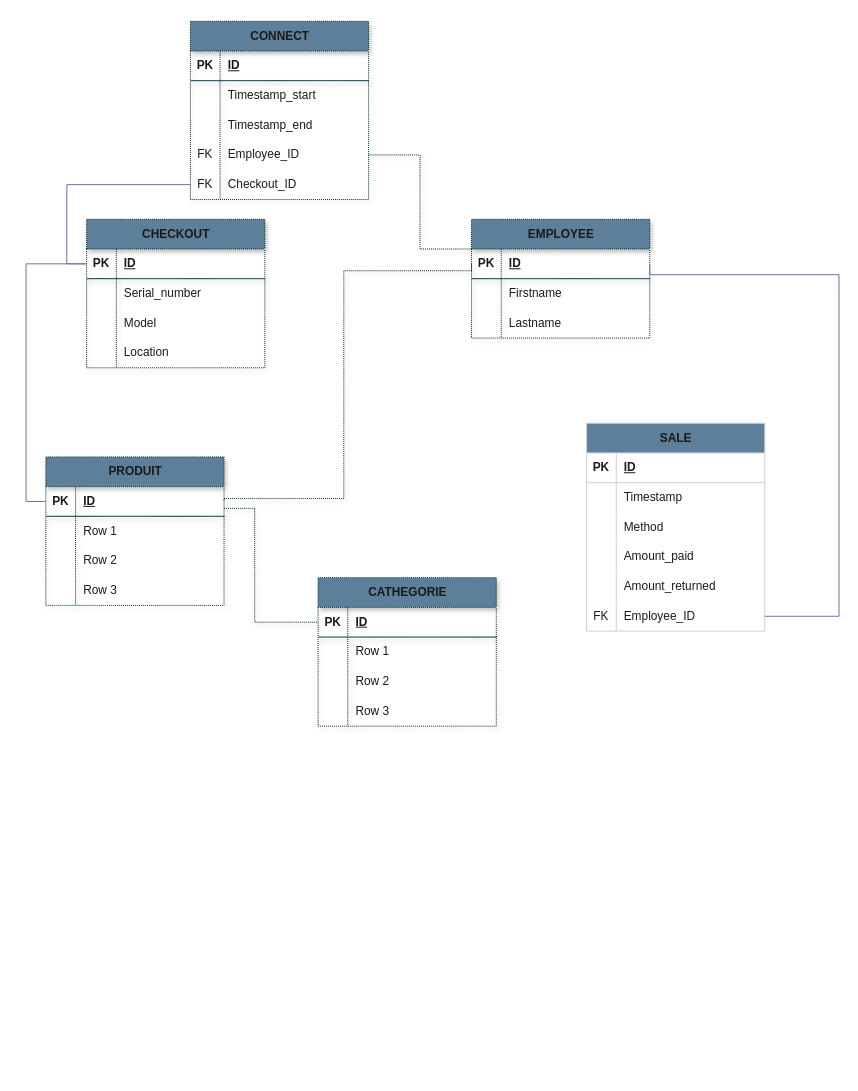
Before: page "Page-3" (3 of 3) of Diagramme sans nom 6.drawio in vsilvanska/examen-info-2023, a draw.io diagram. Source tidied: cells renumbered, new cells numbered last; positions are measured from the earlier drawing's top-left corner, leaving out a move shared by most shapes. Both pictures are drawn from the tidied source at 99%, with x=0, y=0 at pixel (46, 21).
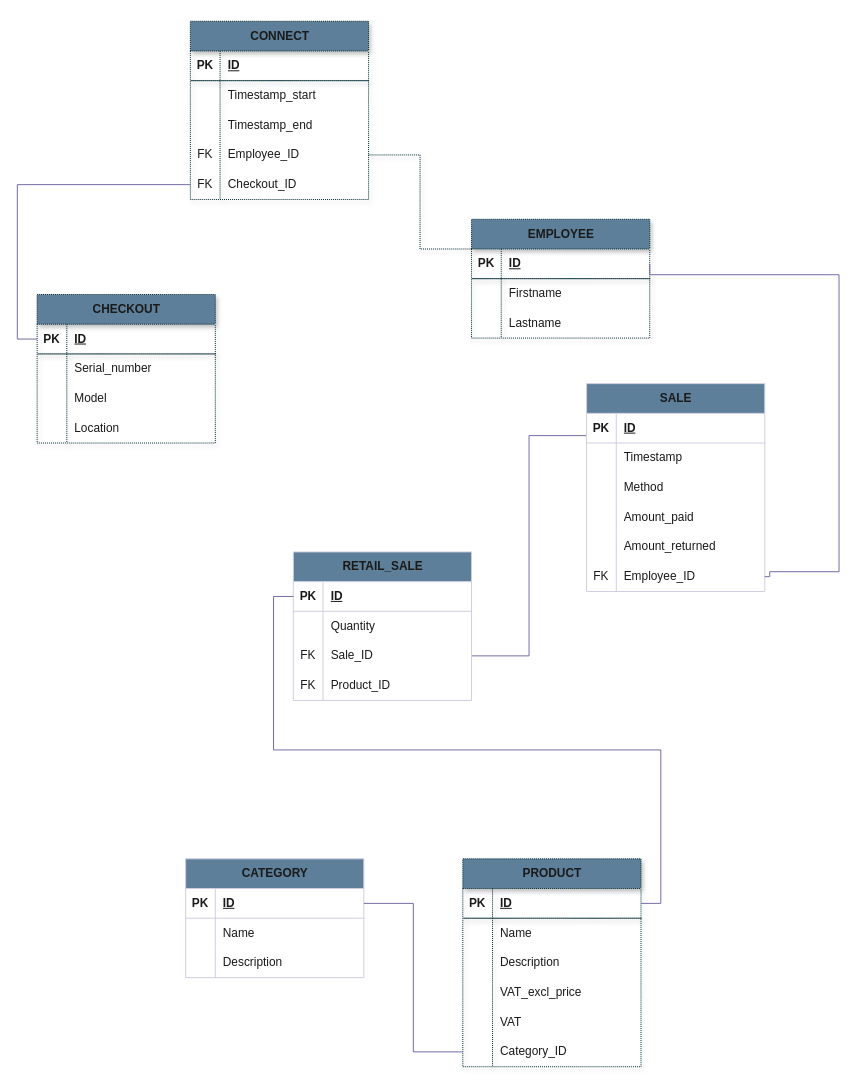
The same diagram, later.

Commit message (it also covers changes not shown here):
Mettre à jour Diagramme sans nom 6.drawio

The change refers to these unchanged cells:
```xml
<mxCell id="16" style="shape=tableRow;horizontal=0;startSize=0;swimlaneHead=0;swimlaneBody=0;fillColor=none;points=[[0,0.5],[1,0.5]];portConstraint=eastwest;top=0;left=0;right=0;bottom=1;strokeColor=#002b33;dashed=1;dashPattern=1 1;shadow=1;labelBackgroundColor=none;fontColor=#1A1A1A;" parent="15" vertex="1">
  <mxGeometry y="30" width="180" height="30" as="geometry" />
</mxCell>
<mxCell id="19" style="shape=tableRow;horizontal=0;startSize=0;swimlaneHead=0;swimlaneBody=0;fillColor=none;top=0;left=0;right=0;bottom=0;strokeColor=#002b33;dashed=1;dashPattern=1 1;shadow=1;labelBackgroundColor=none;fontColor=#1A1A1A;" parent="15" vertex="1">
  <mxGeometry y="60" width="180" height="30" as="geometry" />
</mxCell>
<mxCell id="22" style="shape=tableRow;horizontal=0;startSize=0;swimlaneHead=0;swimlaneBody=0;fillColor=none;top=0;left=0;right=0;bottom=0;strokeColor=#002b33;dashed=1;dashPattern=1 1;shadow=1;labelBackgroundColor=none;fontColor=#1A1A1A;" parent="15" vertex="1">
  <mxGeometry y="90" width="180" height="30" as="geometry" />
</mxCell>
<mxCell id="25" style="shape=tableRow;horizontal=0;startSize=0;swimlaneHead=0;swimlaneBody=0;fillColor=none;top=0;left=0;right=0;bottom=0;strokeColor=#002b33;dashed=1;dashPattern=1 1;shadow=1;labelBackgroundColor=none;fontColor=#1A1A1A;" parent="15" vertex="1">
  <mxGeometry y="120" width="180" height="30" as="geometry" />
</mxCell>
<mxCell id="29" style="shape=tableRow;horizontal=0;startSize=0;swimlaneHead=0;swimlaneBody=0;fillColor=none;points=[[0,0.5],[1,0.5]];portConstraint=eastwest;top=0;left=0;right=0;bottom=1;strokeColor=#002b33;dashed=1;dashPattern=1 1;shadow=1;labelBackgroundColor=none;fontColor=#1A1A1A;" parent="28" vertex="1">
  <mxGeometry y="30" width="180" height="30" as="geometry" />
</mxCell>
<mxCell id="39" style="shape=tableRow;horizontal=0;startSize=0;swimlaneHead=0;swimlaneBody=0;fillColor=none;points=[[0,0.5],[1,0.5]];portConstraint=eastwest;top=0;left=0;right=0;bottom=1;strokeColor=#002b33;dashed=1;dashPattern=1 1;shadow=1;labelBackgroundColor=none;fontColor=#1A1A1A;" parent="38" vertex="1">
  <mxGeometry y="30" width="180" height="30" as="geometry" />
</mxCell>
<mxCell id="88" style="shape=tableRow;horizontal=0;startSize=0;swimlaneHead=0;swimlaneBody=0;fillColor=none;points=[[0,0.5],[1,0.5]];portConstraint=eastwest;top=0;left=0;right=0;bottom=0;strokeColor=#D0CEE2;fontColor=#1A1A1A;" parent="72" vertex="1">
  <mxGeometry y="180" width="180" height="30" as="geometry" />
</mxCell>
```

What changed in the source:
```diff
@@
-    <mxCell id="2" value="CATHEGORIE" style="shape=table;startSize=30;childLayout=tableLayout;rowLines=0;fontStyle=1;align=center;html=1;strokeColor=#002b33;dashed=1;dashPattern=1 1;shadow=1;labelBackgroundColor=none;fillColor=#5D7F99;fontColor=#1A1A1A;" parent="1" vertex="1">
-      <mxGeometry x="274.8" y="562" width="180" height="150" as="geometry" />
-    </mxCell>
-    <mxCell id="3" style="shape=tableRow;horizontal=0;startSize=0;swimlaneHead=0;swimlaneBody=0;fillColor=none;points=[[0,0.5],[1,0.5]];portConstraint=eastwest;top=0;left=0;right=0;bottom=1;strokeColor=#002b33;dashed=1;dashPattern=1 1;shadow=1;labelBackgroundColor=none;fontColor=#1A1A1A;" parent="2" vertex="1">
-      <mxGeometry y="30" width="180" height="30" as="geometry" />
-    </mxCell>
-    <mxCell id="4" value="PK" style="shape=partialRectangle;fillColor=none;top=0;left=0;bottom=0;right=0;fontStyle=1;overflow=hidden;whiteSpace=wrap;html=1;strokeColor=#002b33;dashed=1;dashPattern=1 1;shadow=1;labelBackgroundColor=none;fontColor=#1A1A1A;" parent="3" vertex="1">
-      <mxGeometry width="30" height="30" as="geometry" />
-    </mxCell>
-    <mxCell id="5" value="ID" style="shape=partialRectangle;fillColor=none;top=0;left=0;bottom=0;right=0;align=left;spacingLeft=6;fontStyle=5;overflow=hidden;whiteSpace=wrap;html=1;strokeColor=#002b33;dashed=1;dashPattern=1 1;shadow=1;labelBackgroundColor=none;fontColor=#1A1A1A;" parent="3" vertex="1">
-      <mxGeometry x="30" width="150" height="30" as="geometry" />
-    </mxCell>
-    <mxCell id="6" style="shape=tableRow;horizontal=0;startSize=0;swimlaneHead=0;swimlaneBody=0;fillColor=none;top=0;left=0;right=0;bottom=0;strokeColor=#002b33;dashed=1;dashPattern=1 1;shadow=1;labelBackgroundColor=none;fontColor=#1A1A1A;" parent="2" vertex="1">
-      <mxGeometry y="60" width="180" height="30" as="geometry" />
-    </mxCell>
-    <mxCell id="7" style="shape=partialRectangle;fillColor=none;top=0;left=0;bottom=0;right=0;overflow=hidden;whiteSpace=wrap;html=1;strokeColor=#002b33;dashed=1;dashPattern=1 1;shadow=1;labelBackgroundColor=none;fontColor=#1A1A1A;" parent="6" vertex="1">
-      <mxGeometry width="30" height="30" as="geometry" />
-    </mxCell>
-    <mxCell id="8" value="Row 1" style="shape=partialRectangle;fillColor=none;top=0;left=0;bottom=0;right=0;align=left;spacingLeft=6;overflow=hidden;whiteSpace=wrap;html=1;strokeColor=#002b33;dashed=1;dashPattern=1 1;shadow=1;labelBackgroundColor=none;fontColor=#1A1A1A;" parent="6" vertex="1">
-      <mxGeometry x="30" width="150" height="30" as="geometry" />
-    </mxCell>
-    <mxCell id="9" style="shape=tableRow;horizontal=0;startSize=0;swimlaneHead=0;swimlaneBody=0;fillColor=none;top=0;left=0;right=0;bottom=0;strokeColor=#002b33;dashed=1;dashPattern=1 1;shadow=1;labelBackgroundColor=none;fontColor=#1A1A1A;" parent="2" vertex="1">
-      <mxGeometry y="90" width="180" height="30" as="geometry" />
-    </mxCell>
-    <mxCell id="10" style="shape=partialRectangle;fillColor=none;top=0;left=0;bottom=0;right=0;overflow=hidden;whiteSpace=wrap;html=1;strokeColor=#002b33;dashed=1;dashPattern=1 1;shadow=1;labelBackgroundColor=none;fontColor=#1A1A1A;" parent="9" vertex="1">
-      <mxGeometry width="30" height="30" as="geometry" />
-    </mxCell>
-    <mxCell id="11" value="Row 2" style="shape=partialRectangle;fillColor=none;top=0;left=0;bottom=0;right=0;align=left;spacingLeft=6;overflow=hidden;whiteSpace=wrap;html=1;strokeColor=#002b33;dashed=1;dashPattern=1 1;shadow=1;labelBackgroundColor=none;fontColor=#1A1A1A;" parent="9" vertex="1">
-      <mxGeometry x="30" width="150" height="30" as="geometry" />
-    </mxCell>
-    <mxCell id="12" style="shape=tableRow;horizontal=0;startSize=0;swimlaneHead=0;swimlaneBody=0;fillColor=none;top=0;left=0;right=0;bottom=0;strokeColor=#002b33;dashed=1;dashPattern=1 1;shadow=1;labelBackgroundColor=none;fontColor=#1A1A1A;" parent="2" vertex="1">
-      <mxGeometry y="120" width="180" height="30" as="geometry" />
-    </mxCell>
-    <mxCell id="13" style="shape=partialRectangle;fillColor=none;top=0;left=0;bottom=0;right=0;overflow=hidden;whiteSpace=wrap;html=1;strokeColor=#002b33;dashed=1;dashPattern=1 1;shadow=1;labelBackgroundColor=none;fontColor=#1A1A1A;" parent="12" vertex="1">
-      <mxGeometry width="30" height="30" as="geometry" />
-    </mxCell>
-    <mxCell id="14" value="Row 3" style="shape=partialRectangle;fillColor=none;top=0;left=0;bottom=0;right=0;align=left;spacingLeft=6;overflow=hidden;whiteSpace=wrap;html=1;strokeColor=#002b33;dashed=1;dashPattern=1 1;shadow=1;labelBackgroundColor=none;fontColor=#1A1A1A;" parent="12" vertex="1">
-      <mxGeometry x="30" width="150" height="30" as="geometry" />
-    </mxCell>
-    <mxCell id="15" value="PRODUIT" style="shape=table;startSize=30;childLayout=tableLayout;rowLines=0;fontStyle=1;align=center;html=1;strokeColor=#002b33;dashed=1;dashPattern=1 1;shadow=1;labelBackgroundColor=none;fillColor=#5D7F99;fontColor=#1A1A1A;" parent="1" vertex="1">
-      <mxGeometry x="-0.2" y="440" width="180" height="150" as="geometry" />
+    <mxCell id="15" value="PRODUCT" style="shape=table;startSize=30;childLayout=tableLayout;rowLines=0;fontStyle=1;align=center;html=1;strokeColor=#002b33;dashed=1;dashPattern=1 1;shadow=1;labelBackgroundColor=none;fillColor=#5D7F99;fontColor=#1A1A1A;" parent="1" vertex="1">
+      <mxGeometry x="421" y="846" width="180" height="210" as="geometry" />
     </mxCell>
@@
-    <mxCell id="21" value="Row 1" style="shape=partialRectangle;fillColor=none;top=0;left=0;bottom=0;right=0;align=left;spacingLeft=6;overflow=hidden;whiteSpace=wrap;html=1;strokeColor=#002b33;dashed=1;dashPattern=1 1;shadow=1;labelBackgroundColor=none;fontColor=#1A1A1A;" parent="19" vertex="1">
+    <mxCell id="21" value="Name" style="shape=partialRectangle;fillColor=none;top=0;left=0;bottom=0;right=0;align=left;spacingLeft=6;overflow=hidden;whiteSpace=wrap;html=1;strokeColor=#002b33;dashed=1;dashPattern=1 1;shadow=1;labelBackgroundColor=none;fontColor=#1A1A1A;" parent="19" vertex="1">
       <mxGeometry x="30" width="150" height="30" as="geometry" />
     </mxCell>
@@
-    <mxCell id="24" value="Row 2" style="shape=partialRectangle;fillColor=none;top=0;left=0;bottom=0;right=0;align=left;spacingLeft=6;overflow=hidden;whiteSpace=wrap;html=1;strokeColor=#002b33;dashed=1;dashPattern=1 1;shadow=1;labelBackgroundColor=none;fontColor=#1A1A1A;" parent="22" vertex="1">
+    <mxCell id="24" value="Description" style="shape=partialRectangle;fillColor=none;top=0;left=0;bottom=0;right=0;align=left;spacingLeft=6;overflow=hidden;whiteSpace=wrap;html=1;strokeColor=#002b33;dashed=1;dashPattern=1 1;shadow=1;labelBackgroundColor=none;fontColor=#1A1A1A;" parent="22" vertex="1">
       <mxGeometry x="30" width="150" height="30" as="geometry" />
     </mxCell>
@@
-    <mxCell id="27" value="Row 3" style="shape=partialRectangle;fillColor=none;top=0;left=0;bottom=0;right=0;align=left;spacingLeft=6;overflow=hidden;whiteSpace=wrap;html=1;strokeColor=#002b33;dashed=1;dashPattern=1 1;shadow=1;labelBackgroundColor=none;fontColor=#1A1A1A;" parent="25" vertex="1">
+    <mxCell id="27" value="VAT_excl_price" style="shape=partialRectangle;fillColor=none;top=0;left=0;bottom=0;right=0;align=left;spacingLeft=6;overflow=hidden;whiteSpace=wrap;html=1;strokeColor=#002b33;dashed=1;dashPattern=1 1;shadow=1;labelBackgroundColor=none;fontColor=#1A1A1A;" parent="25" vertex="1">
       <mxGeometry x="30" width="150" height="30" as="geometry" />
     </mxCell>
+    <mxCell id="92" style="shape=tableRow;horizontal=0;startSize=0;swimlaneHead=0;swimlaneBody=0;fillColor=none;top=0;left=0;right=0;bottom=0;strokeColor=#002b33;dashed=1;dashPattern=1 1;shadow=1;labelBackgroundColor=none;fontColor=#1A1A1A;" parent="15" vertex="1">
+      <mxGeometry y="150" width="180" height="30" as="geometry" />
+    </mxCell>
+    <mxCell id="93" style="shape=partialRectangle;fillColor=none;top=0;left=0;bottom=0;right=0;overflow=hidden;whiteSpace=wrap;html=1;strokeColor=#002b33;dashed=1;dashPattern=1 1;shadow=1;labelBackgroundColor=none;fontColor=#1A1A1A;" parent="92" vertex="1">
+      <mxGeometry width="30" height="30" as="geometry" />
+    </mxCell>
+    <mxCell id="94" value="VAT" style="shape=partialRectangle;fillColor=none;top=0;left=0;bottom=0;right=0;align=left;spacingLeft=6;overflow=hidden;whiteSpace=wrap;html=1;strokeColor=#002b33;dashed=1;dashPattern=1 1;shadow=1;labelBackgroundColor=none;fontColor=#1A1A1A;" parent="92" vertex="1">
+      <mxGeometry x="30" width="150" height="30" as="geometry" />
+    </mxCell>
+    <mxCell id="95" style="shape=tableRow;horizontal=0;startSize=0;swimlaneHead=0;swimlaneBody=0;fillColor=none;points=[[0,0.5],[1,0.5]];portConstraint=eastwest;top=0;left=0;right=0;bottom=0;strokeColor=#002b33;dashed=1;dashPattern=1 1;shadow=1;labelBackgroundColor=none;fontColor=#1A1A1A;" parent="15" vertex="1">
+      <mxGeometry y="180" width="180" height="30" as="geometry" />
+    </mxCell>
+    <mxCell id="96" style="shape=partialRectangle;fillColor=none;top=0;left=0;bottom=0;right=0;overflow=hidden;whiteSpace=wrap;html=1;strokeColor=#002b33;dashed=1;dashPattern=1 1;shadow=1;labelBackgroundColor=none;fontColor=#1A1A1A;" parent="95" vertex="1">
+      <mxGeometry width="30" height="30" as="geometry" />
+    </mxCell>
+    <mxCell id="97" value="Category_ID" style="shape=partialRectangle;fillColor=none;top=0;left=0;bottom=0;right=0;align=left;spacingLeft=6;overflow=hidden;whiteSpace=wrap;html=1;strokeColor=#002b33;dashed=1;dashPattern=1 1;shadow=1;labelBackgroundColor=none;fontColor=#1A1A1A;" parent="95" vertex="1">
+      <mxGeometry x="30" width="150" height="30" as="geometry" />
+    </mxCell>
@@
     <mxCell id="38" value="CHECKOUT" style="shape=table;startSize=30;childLayout=tableLayout;rowLines=0;fontStyle=1;align=center;html=1;strokeColor=#002b33;dashed=1;dashPattern=1 1;shadow=1;labelBackgroundColor=none;fillColor=#5D7F99;fontColor=#1A1A1A;" parent="1" vertex="1">
-      <mxGeometry x="41" y="200" width="180" height="150" as="geometry" />
+      <mxGeometry x="-9" y="276" width="180" height="150" as="geometry" />
     </mxCell>
@@
-    <mxCell id="51" style="edgeStyle=orthogonalEdgeStyle;rounded=0;jettySize=auto;html=1;entryX=0;entryY=0.5;entryDx=0;entryDy=0;endArrow=none;endFill=0;strokeColor=#002b33;dashed=1;dashPattern=1 1;shadow=1;labelBackgroundColor=none;fontColor=default;" parent="1" edge="1" source="16" target="3">
-      <mxGeometry relative="1" as="geometry">
-        <Array as="points">
-          <mxPoint x="210.8" y="492" />
-          <mxPoint x="210.8" y="607" />
-        </Array>
-      </mxGeometry>
-    </mxCell>
-    <mxCell id="52" style="edgeStyle=orthogonalEdgeStyle;rounded=0;jettySize=auto;html=1;exitX=0;exitY=0.5;exitDx=0;exitDy=0;entryX=1;entryY=0.5;entryDx=0;entryDy=0;endArrow=none;endFill=0;strokeColor=#002b33;dashed=1;dashPattern=1 1;shadow=1;labelBackgroundColor=none;fontColor=default;" parent="1" edge="1" source="29" target="16">
-      <mxGeometry relative="1" as="geometry">
-        <Array as="points">
-          <mxPoint x="429.8" y="252" />
-          <mxPoint x="300.8" y="252" />
-          <mxPoint x="300.8" y="482" />
-          <mxPoint x="179.8" y="482" />
-        </Array>
-      </mxGeometry>
-    </mxCell>
@@
-    <mxCell id="71" style="edgeStyle=orthogonalEdgeStyle;rounded=0;jettySize=auto;html=1;exitX=0;exitY=0.5;exitDx=0;exitDy=0;entryX=0;entryY=0.5;entryDx=0;entryDy=0;strokeColor=#736CA8;fontColor=#1A1A1A;endArrow=none;endFill=0;" parent="1" edge="1" source="39" target="16">
-      <mxGeometry relative="1" as="geometry" />
-    </mxCell>
+    <mxCell id="98" style="edgeStyle=orthogonalEdgeStyle;rounded=0;jettySize=auto;html=1;exitX=0;exitY=0.25;exitDx=0;exitDy=0;strokeColor=#736CA8;fontColor=#1A1A1A;entryX=1;entryY=0.5;entryDx=0;entryDy=0;endArrow=none;endFill=0;" parent="1" edge="1" source="72" target="106">
+      <mxGeometry relative="1" as="geometry" />
+    </mxCell>
     <mxCell id="72" value="SALE" style="shape=table;startSize=30;childLayout=tableLayout;rowLines=0;fontStyle=1;align=center;html=1;strokeColor=#D0CEE2;fontColor=#1A1A1A;fillColor=#5D7F99;" parent="1" vertex="1">
-      <mxGeometry x="546" y="406" width="180" height="210" as="geometry" />
+      <mxGeometry x="546" y="366" width="180" height="210" as="geometry" />
     </mxCell>
@@
     <mxCell id="91" style="edgeStyle=orthogonalEdgeStyle;rounded=0;jettySize=auto;html=1;strokeColor=#736CA8;fontColor=#1A1A1A;entryX=1;entryY=0.5;entryDx=0;entryDy=0;endArrow=none;endFill=0;" parent="1" edge="1" source="88" target="29">
       <mxGeometry relative="1" as="geometry">
         <Array as="points">
-          <mxPoint x="801" y="601" />
+          <mxPoint x="731" y="561" />
+          <mxPoint x="731" y="556" />
+          <mxPoint x="801" y="556" />
           <mxPoint x="801" y="256" />
           <mxPoint x="610" y="256" />
         </Array>
       </mxGeometry>
     </mxCell>
+    <mxCell id="99" value="RETAIL_SALE" style="shape=table;startSize=30;childLayout=tableLayout;rowLines=0;fontStyle=1;align=center;html=1;strokeColor=#D0CEE2;fontColor=#1A1A1A;fillColor=#5D7F99;" parent="1" vertex="1">
+      <mxGeometry x="249.8" y="536" width="180" height="150" as="geometry" />
+    </mxCell>
+    <mxCell id="100" style="shape=tableRow;horizontal=0;startSize=0;swimlaneHead=0;swimlaneBody=0;fillColor=none;points=[[0,0.5],[1,0.5]];portConstraint=eastwest;top=0;left=0;right=0;bottom=1;strokeColor=#D0CEE2;fontColor=#1A1A1A;" parent="99" vertex="1">
+      <mxGeometry y="30" width="180" height="30" as="geometry" />
+    </mxCell>
+    <mxCell id="101" value="PK" style="shape=partialRectangle;fillColor=none;top=0;left=0;bottom=0;right=0;fontStyle=1;overflow=hidden;whiteSpace=wrap;html=1;strokeColor=#D0CEE2;fontColor=#1A1A1A;" parent="100" vertex="1">
+      <mxGeometry width="30" height="30" as="geometry" />
+    </mxCell>
+    <mxCell id="102" value="ID" style="shape=partialRectangle;fillColor=none;top=0;left=0;bottom=0;right=0;align=left;spacingLeft=6;fontStyle=5;overflow=hidden;whiteSpace=wrap;html=1;strokeColor=#D0CEE2;fontColor=#1A1A1A;" parent="100" vertex="1">
+      <mxGeometry x="30" width="150" height="30" as="geometry" />
+    </mxCell>
+    <mxCell id="103" style="shape=tableRow;horizontal=0;startSize=0;swimlaneHead=0;swimlaneBody=0;fillColor=none;top=0;left=0;right=0;bottom=0;strokeColor=#D0CEE2;fontColor=#1A1A1A;" parent="99" vertex="1">
+      <mxGeometry y="60" width="180" height="30" as="geometry" />
+    </mxCell>
+    <mxCell id="104" style="shape=partialRectangle;fillColor=none;top=0;left=0;bottom=0;right=0;overflow=hidden;whiteSpace=wrap;html=1;strokeColor=#D0CEE2;fontColor=#1A1A1A;" parent="103" vertex="1">
+      <mxGeometry width="30" height="30" as="geometry" />
+    </mxCell>
+    <mxCell id="105" value="Quantity" style="shape=partialRectangle;fillColor=none;top=0;left=0;bottom=0;right=0;align=left;spacingLeft=6;overflow=hidden;whiteSpace=wrap;html=1;strokeColor=#D0CEE2;fontColor=#1A1A1A;" parent="103" vertex="1">
+      <mxGeometry x="30" width="150" height="30" as="geometry" />
+    </mxCell>
+    <mxCell id="106" style="shape=tableRow;horizontal=0;startSize=0;swimlaneHead=0;swimlaneBody=0;fillColor=none;points=[[0,0.5],[1,0.5]];portConstraint=eastwest;top=0;left=0;right=0;bottom=0;strokeColor=#D0CEE2;fontColor=#1A1A1A;" parent="99" vertex="1">
+      <mxGeometry y="90" width="180" height="30" as="geometry" />
+    </mxCell>
+    <mxCell id="107" value="FK" style="shape=partialRectangle;fillColor=none;top=0;left=0;bottom=0;right=0;overflow=hidden;whiteSpace=wrap;html=1;strokeColor=#D0CEE2;fontColor=#1A1A1A;" parent="106" vertex="1">
+      <mxGeometry width="30" height="30" as="geometry" />
+    </mxCell>
+    <mxCell id="108" value="Sale_ID" style="shape=partialRectangle;fillColor=none;top=0;left=0;bottom=0;right=0;align=left;spacingLeft=6;overflow=hidden;whiteSpace=wrap;html=1;strokeColor=#D0CEE2;fontColor=#1A1A1A;" parent="106" vertex="1">
+      <mxGeometry x="30" width="150" height="30" as="geometry" />
+    </mxCell>
+    <mxCell id="109" style="shape=tableRow;horizontal=0;startSize=0;swimlaneHead=0;swimlaneBody=0;fillColor=none;top=0;left=0;right=0;bottom=0;strokeColor=#D0CEE2;fontColor=#1A1A1A;" parent="99" vertex="1">
+      <mxGeometry y="120" width="180" height="30" as="geometry" />
+    </mxCell>
+    <mxCell id="110" value="FK" style="shape=partialRectangle;fillColor=none;top=0;left=0;bottom=0;right=0;overflow=hidden;whiteSpace=wrap;html=1;strokeColor=#D0CEE2;fontColor=#1A1A1A;" parent="109" vertex="1">
+      <mxGeometry width="30" height="30" as="geometry" />
+    </mxCell>
+    <mxCell id="111" value="Product_ID" style="shape=partialRectangle;fillColor=none;top=0;left=0;bottom=0;right=0;align=left;spacingLeft=6;overflow=hidden;whiteSpace=wrap;html=1;strokeColor=#D0CEE2;fontColor=#1A1A1A;" parent="109" vertex="1">
+      <mxGeometry x="30" width="150" height="30" as="geometry" />
+    </mxCell>
+    <mxCell id="112" style="edgeStyle=orthogonalEdgeStyle;rounded=0;jettySize=auto;html=1;exitX=0;exitY=0.5;exitDx=0;exitDy=0;entryX=1;entryY=0.5;entryDx=0;entryDy=0;strokeColor=#736CA8;fontColor=#1A1A1A;endArrow=none;endFill=0;" parent="1" edge="1" source="100" target="16">
+      <mxGeometry relative="1" as="geometry" />
+    </mxCell>
+    <mxCell id="113" value="CATEGORY" style="shape=table;startSize=30;childLayout=tableLayout;rowLines=0;fontStyle=1;align=center;html=1;strokeColor=#D0CEE2;fontColor=#1A1A1A;fillColor=#5D7F99;" parent="1" vertex="1">
+      <mxGeometry x="141" y="846" width="180" height="120" as="geometry" />
+    </mxCell>
+    <mxCell id="114" style="shape=tableRow;horizontal=0;startSize=0;swimlaneHead=0;swimlaneBody=0;fillColor=none;points=[[0,0.5],[1,0.5]];portConstraint=eastwest;top=0;left=0;right=0;bottom=1;strokeColor=#D0CEE2;fontColor=#1A1A1A;" parent="113" vertex="1">
+      <mxGeometry y="30" width="180" height="30" as="geometry" />
+    </mxCell>
+    <mxCell id="115" value="PK" style="shape=partialRectangle;fillColor=none;top=0;left=0;bottom=0;right=0;fontStyle=1;overflow=hidden;whiteSpace=wrap;html=1;strokeColor=#D0CEE2;fontColor=#1A1A1A;" parent="114" vertex="1">
+      <mxGeometry width="30" height="30" as="geometry" />
+    </mxCell>
+    <mxCell id="116" value="ID" style="shape=partialRectangle;fillColor=none;top=0;left=0;bottom=0;right=0;align=left;spacingLeft=6;fontStyle=5;overflow=hidden;whiteSpace=wrap;html=1;strokeColor=#D0CEE2;fontColor=#1A1A1A;" parent="114" vertex="1">
+      <mxGeometry x="30" width="150" height="30" as="geometry" />
+    </mxCell>
+    <mxCell id="117" style="shape=tableRow;horizontal=0;startSize=0;swimlaneHead=0;swimlaneBody=0;fillColor=none;top=0;left=0;right=0;bottom=0;strokeColor=#D0CEE2;fontColor=#1A1A1A;" parent="113" vertex="1">
+      <mxGeometry y="60" width="180" height="30" as="geometry" />
+    </mxCell>
+    <mxCell id="118" style="shape=partialRectangle;fillColor=none;top=0;left=0;bottom=0;right=0;overflow=hidden;whiteSpace=wrap;html=1;strokeColor=#D0CEE2;fontColor=#1A1A1A;" parent="117" vertex="1">
+      <mxGeometry width="30" height="30" as="geometry" />
+    </mxCell>
+    <mxCell id="119" value="Name" style="shape=partialRectangle;fillColor=none;top=0;left=0;bottom=0;right=0;align=left;spacingLeft=6;overflow=hidden;whiteSpace=wrap;html=1;strokeColor=#D0CEE2;fontColor=#1A1A1A;" parent="117" vertex="1">
+      <mxGeometry x="30" width="150" height="30" as="geometry" />
+    </mxCell>
+    <mxCell id="120" style="shape=tableRow;horizontal=0;startSize=0;swimlaneHead=0;swimlaneBody=0;fillColor=none;top=0;left=0;right=0;bottom=0;strokeColor=#D0CEE2;fontColor=#1A1A1A;" parent="113" vertex="1">
+      <mxGeometry y="90" width="180" height="30" as="geometry" />
+    </mxCell>
+    <mxCell id="121" style="shape=partialRectangle;fillColor=none;top=0;left=0;bottom=0;right=0;overflow=hidden;whiteSpace=wrap;html=1;strokeColor=#D0CEE2;fontColor=#1A1A1A;" parent="120" vertex="1">
+      <mxGeometry width="30" height="30" as="geometry" />
+    </mxCell>
+    <mxCell id="122" value="Description" style="shape=partialRectangle;fillColor=none;top=0;left=0;bottom=0;right=0;align=left;spacingLeft=6;overflow=hidden;whiteSpace=wrap;html=1;strokeColor=#D0CEE2;fontColor=#1A1A1A;" parent="120" vertex="1">
+      <mxGeometry x="30" width="150" height="30" as="geometry" />
+    </mxCell>
+    <mxCell id="123" style="edgeStyle=orthogonalEdgeStyle;rounded=0;jettySize=auto;html=1;exitX=0;exitY=0.5;exitDx=0;exitDy=0;entryX=1;entryY=0.5;entryDx=0;entryDy=0;strokeColor=#736CA8;fontColor=#1A1A1A;endArrow=none;endFill=0;" parent="1" edge="1" source="95" target="114">
+      <mxGeometry relative="1" as="geometry" />
+    </mxCell>
```
